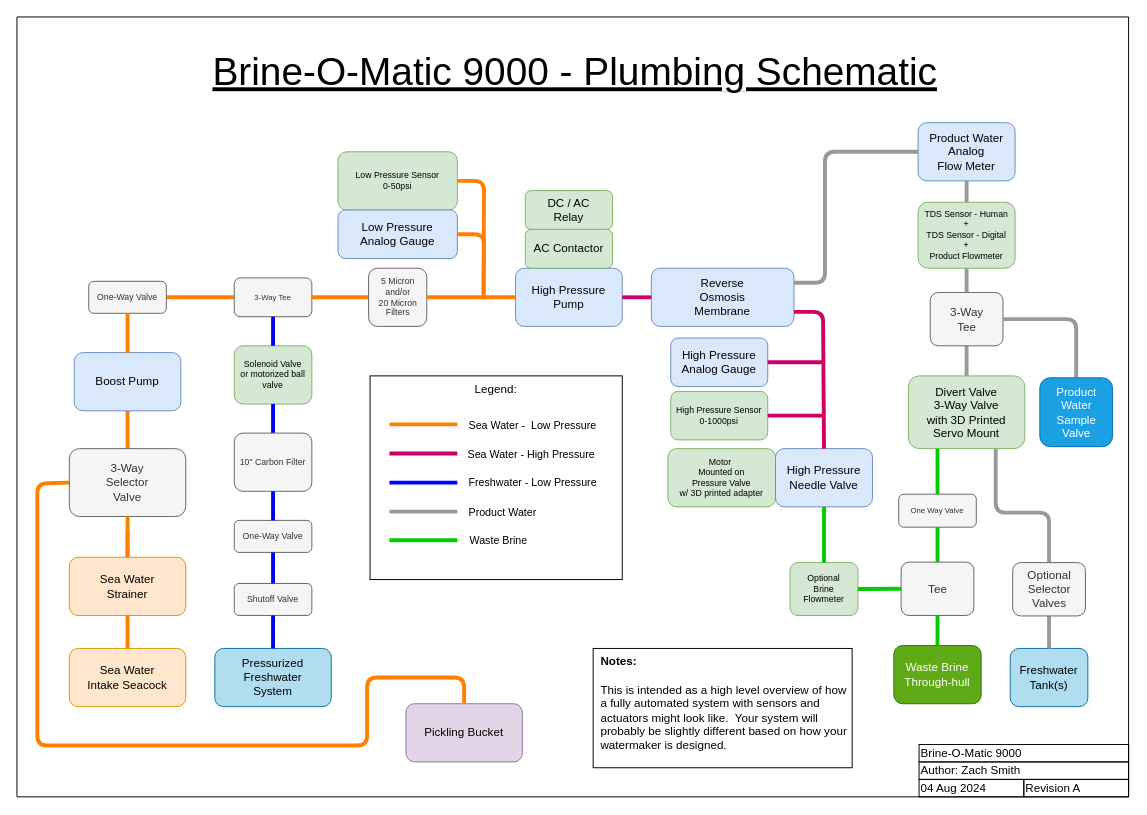
This is page "Plumbing" (1 of 4) of diagrams/Brine-o-Matic 9000.drawio from hoeken/brineomatic, a draw.io file, before an edit. Source tidied: cells renumbered, new cells numbered last; positions are measured from the earlier drawing's top-left corner, leaving out a move shared by most shapes. Both pictures are drawn from the tidied source at 97%, with x=0, y=0 at pixel (16, 16).
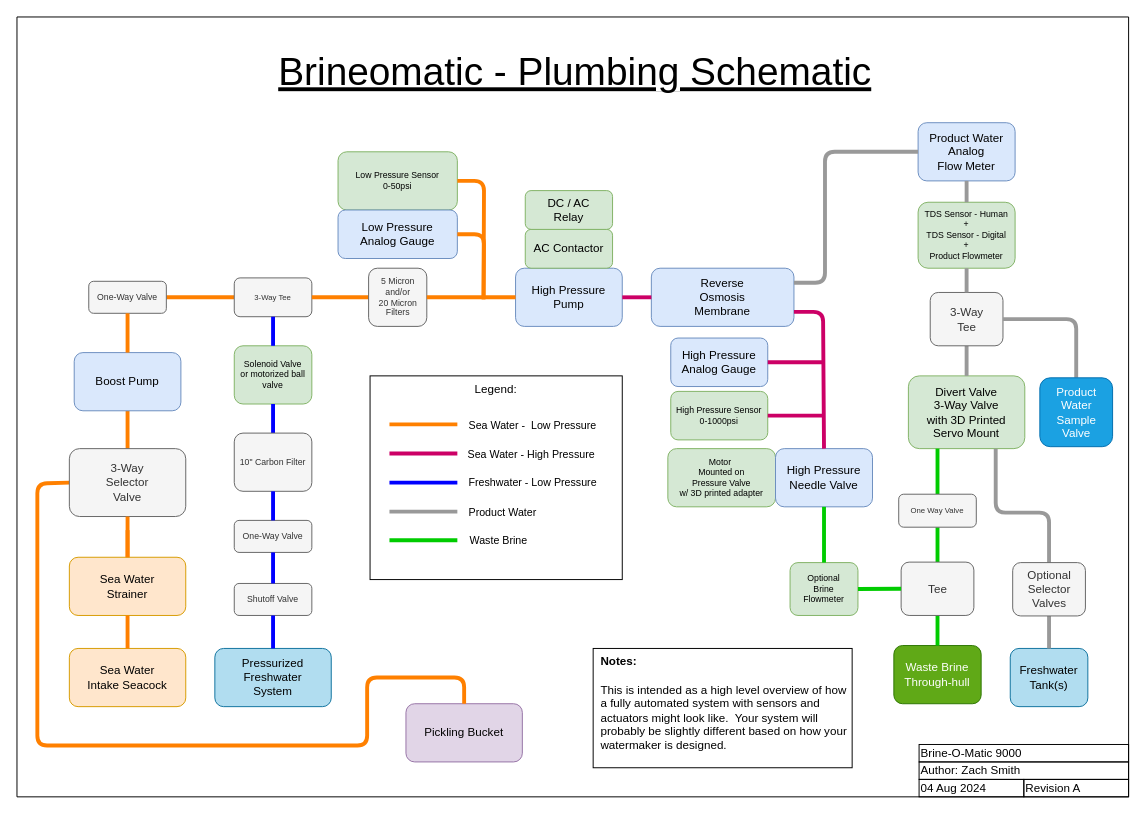
The same page after the edit.

Diff of the diagram source:
```diff
@@
-    <mxCell id="23" value="&lt;span style=&quot;font-size: 40px;&quot;&gt;Brine-O-Matic 9000 - Plumbing Schematic&lt;/span&gt;" style="text;html=1;strokeColor=none;fillColor=none;align=center;verticalAlign=middle;whiteSpace=wrap;rounded=0;fontSize=40;perimeterSpacing=0;fontStyle=4;" parent="1" vertex="1">
+    <mxCell id="23" value="&lt;span style=&quot;font-size: 40px;&quot;&gt;Brineomatic - Plumbing Schematic&lt;/span&gt;" style="text;html=1;strokeColor=none;fillColor=none;align=center;verticalAlign=middle;whiteSpace=wrap;rounded=0;fontSize=40;perimeterSpacing=0;fontStyle=4;" parent="1" vertex="1">
       <mxGeometry x="143" y="41" width="865" height="30" as="geometry" />
     </mxCell>
```
